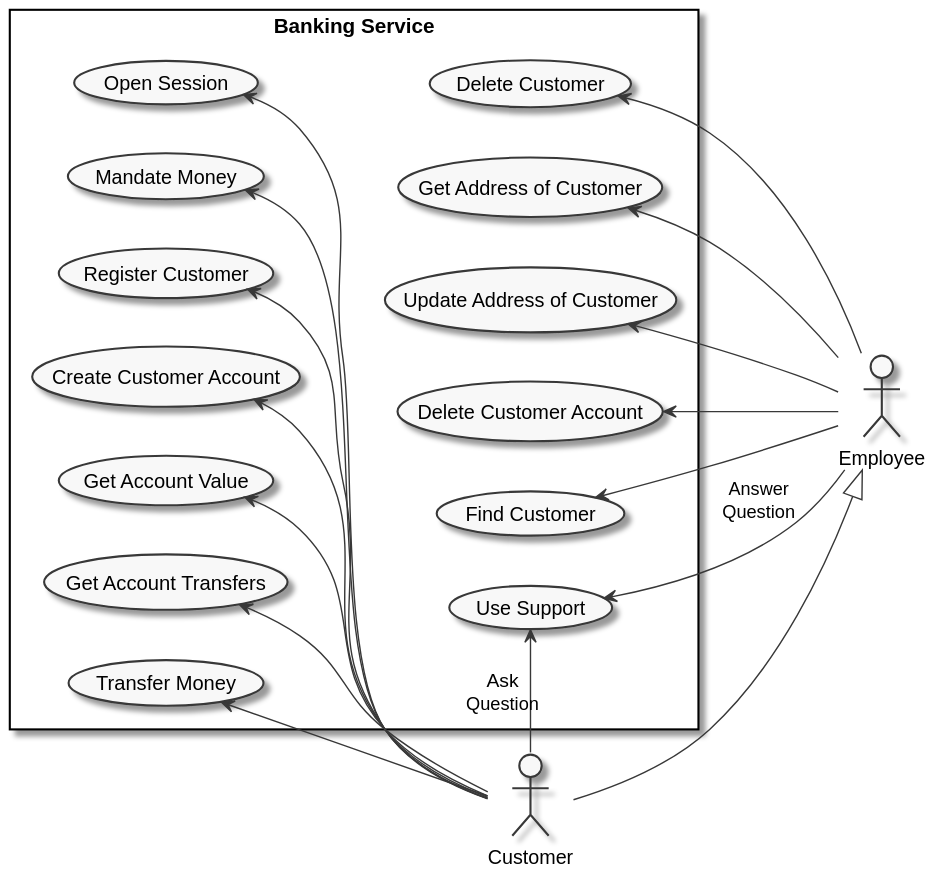
SteffBauer/sw_project keeps this PlantUML diagram as documentation/diagrams/generatedDiagrams/DiagramUseCase_BankingService.svg. Above is the earlier version.
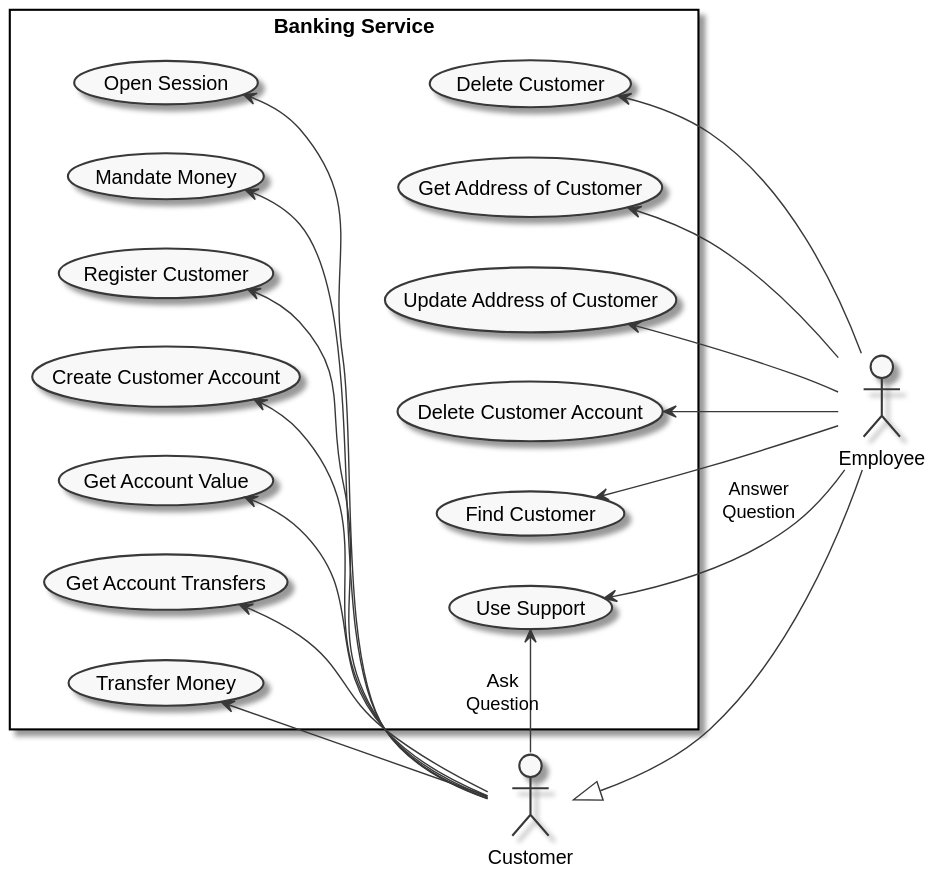
After the commit.

Commit message:
changed inheritance in usecase diagram

Diff of the diagram source:
```diff
@@ -6,9 +6,7 @@
 actor "Customer" as c
 actor "Employee" as e
 
-e <|-up- c
-
-
+c <|-- e
 
 rectangle "Banking Service" as Banking {
 
@@ -24,14 +22,10 @@
 
   usecase "Use Support" as uc31
 
-
   usecase "Get Account Value" as uc41
   usecase "Get Account Transfers" as uc42
   usecase "Transfer Money" as uc43
   usecase "Mandate Money" as uc44
-
-
-
 }
 
 uc11 <-- c
```
